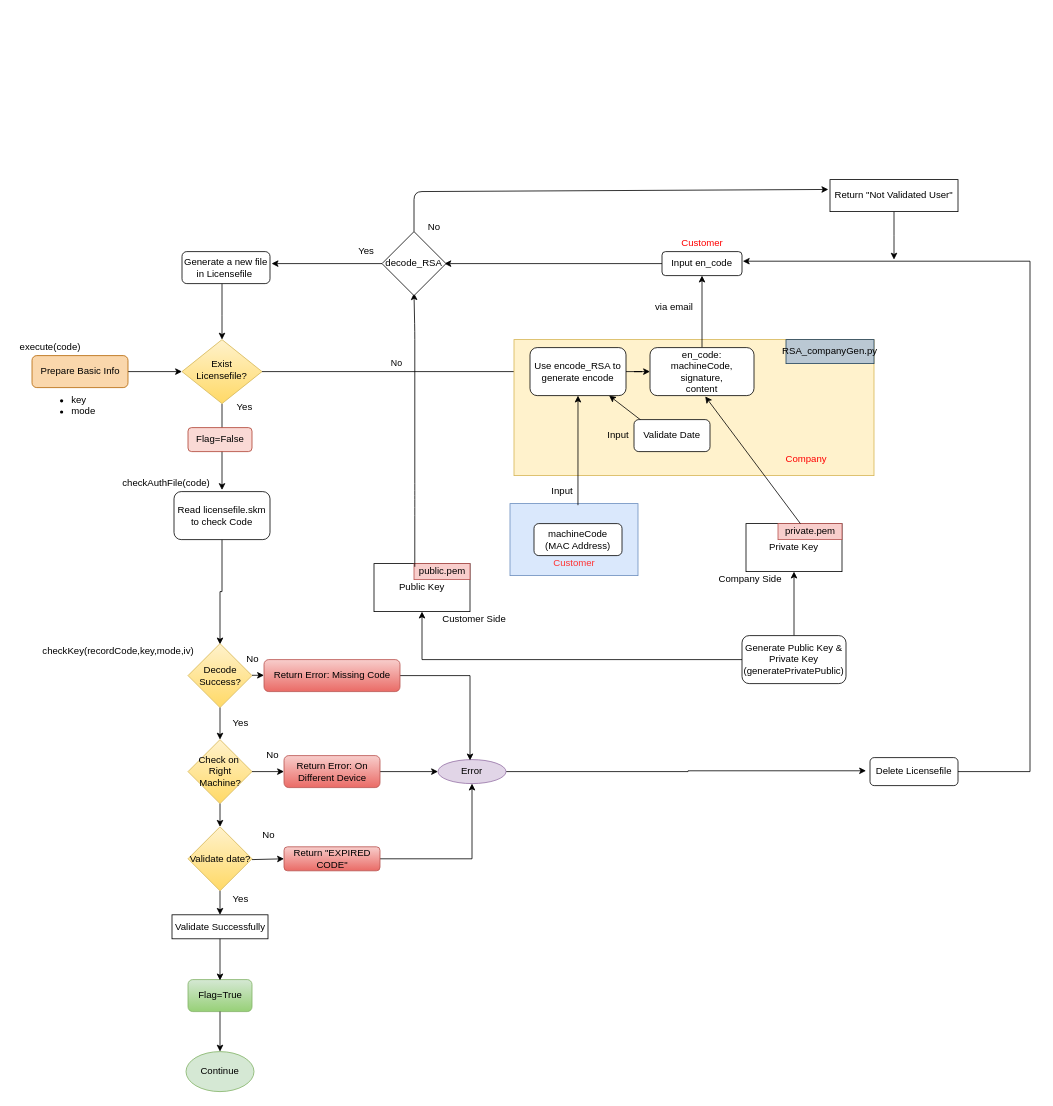
Before: Untitled Diagram.drawio in xuunnis123/RegisterCode, a draw.io diagram. Source tidied: cells renumbered, new cells numbered last; positions are measured from the earlier drawing's top-left corner, leaving out a move shared by most shapes. Both pictures are drawn from the tidied source at 80%, with x=0, y=0 at pixel (14, 179).
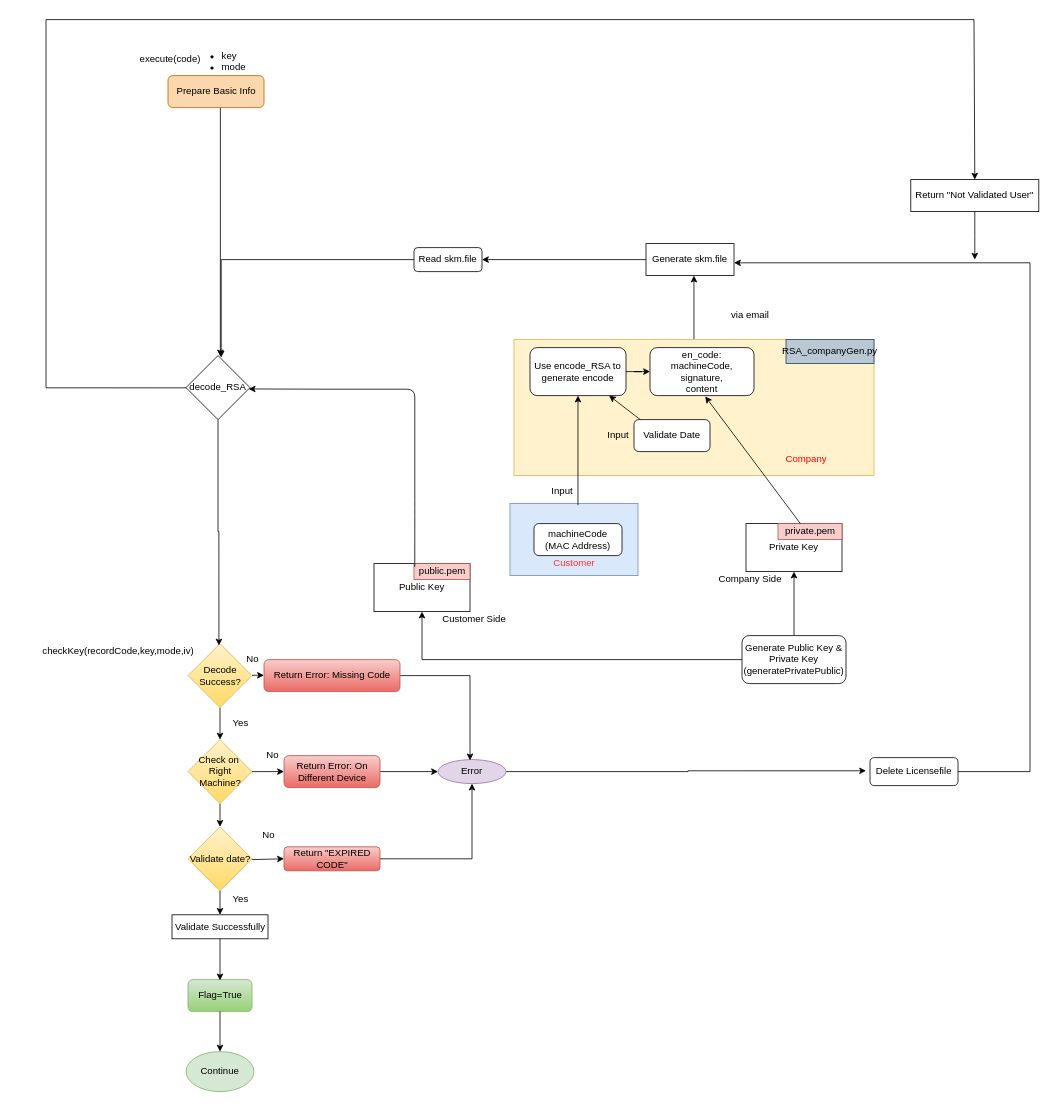
The same diagram, later.

Unchanged cells that the change refers to:
```xml
<mxCell id="15" value="Decode&lt;br&gt;Success?" style="rhombus;whiteSpace=wrap;html=1;gradientColor=#ffd966;fillColor=#fff2cc;strokeColor=#d6b656;" parent="1" vertex="1">
  <mxGeometry x="217.5" y="580" width="80" height="80" as="geometry" />
</mxCell>
<mxCell id="46" value="Delete Licensefile" style="rounded=1;whiteSpace=wrap;html=1;fontColor=#000000;" parent="1" vertex="1">
  <mxGeometry x="1070" y="722.5" width="110" height="35" as="geometry" />
</mxCell>
<mxCell id="52" style="whiteSpace=wrap;html=1;fillColor=#fff2cc;strokeColor=#d6b656;" parent="1" vertex="1">
  <mxGeometry x="625" y="200" width="450" height="170" as="geometry" />
</mxCell>
<mxCell id="55" value="en_code:&lt;br&gt;machineCode,&lt;br&gt;signature,&lt;br&gt;content" style="whiteSpace=wrap;html=1;rounded=1;shadow=0;strokeWidth=1;glass=0;" parent="1" vertex="1">
  <mxGeometry x="795" y="210" width="130" height="60" as="geometry" />
</mxCell>
<mxCell id="56" value="Use encode_RSA to generate encode" style="rounded=1;whiteSpace=wrap;html=1;" parent="1" vertex="1">
  <mxGeometry x="645" y="210" width="120" height="60" as="geometry" />
</mxCell>
<mxCell id="72" value="public.pem" style="text;html=1;align=center;verticalAlign=middle;points=[];strokeColor=#b85450;fillColor=#f8cecc;" parent="1" vertex="1">
  <mxGeometry x="500" y="480" width="70" height="20" as="geometry" />
</mxCell>
```

Diff of the diagram source:
```diff
@@
-    <mxCell id="2" style="edgeStyle=orthogonalEdgeStyle;rounded=0;jettySize=auto;html=1;fontColor=#000000;entryX=0.5;entryY=-0.033;entryDx=0;entryDy=0;entryPerimeter=0;" parent="1" edge="1" source="3" target="11">
-      <mxGeometry relative="1" as="geometry" />
-    </mxCell>
-    <mxCell id="3" value="Exist Licensefile?" style="rhombus;whiteSpace=wrap;html=1;shadow=0;fontFamily=Helvetica;fontSize=12;align=center;strokeWidth=1;spacing=6;spacingTop=-4;gradientColor=#ffd966;fillColor=#fff2cc;strokeColor=#d6b656;" parent="1" vertex="1">
-      <mxGeometry x="210" y="200" width="100" height="80" as="geometry" />
-    </mxCell>
-    <mxCell id="4" style="edgeStyle=orthogonalEdgeStyle;rounded=0;jettySize=auto;html=1;fontColor=#000000;" parent="1" edge="1" source="5" target="3">
-      <mxGeometry relative="1" as="geometry" />
+    <mxCell id="4" style="edgeStyle=orthogonalEdgeStyle;rounded=0;jettySize=auto;html=1;fontColor=#000000;entryX=0.537;entryY=0.013;entryDx=0;entryDy=0;entryPerimeter=0;" parent="1" edge="1" source="5" target="77">
+      <mxGeometry relative="1" as="geometry">
+        <Array as="points">
+          <mxPoint x="258" y="-110" />
+        </Array>
+      </mxGeometry>
     </mxCell>
     <mxCell id="5" value="Prepare Basic Info" style="rounded=1;whiteSpace=wrap;html=1;fillColor=#fad7ac;strokeColor=#b46504;" parent="1" vertex="1">
-      <mxGeometry x="22.5" y="220" width="120" height="40" as="geometry" />
+      <mxGeometry x="192.5" y="-130" width="120" height="40" as="geometry" />
     </mxCell>
-    <mxCell id="6" style="edgeStyle=orthogonalEdgeStyle;rounded=0;jettySize=auto;html=1;" parent="1" edge="1" source="12" target="3">
-      <mxGeometry relative="1" as="geometry">
-        <Array as="points">
-          <mxPoint x="260" y="170" />
-        </Array>
-      </mxGeometry>
-    </mxCell>
     <mxCell id="7" value="&lt;div&gt;&lt;br&gt;&lt;/div&gt;&lt;ul&gt;&lt;li&gt;key&lt;/li&gt;&lt;li&gt;mode&lt;/li&gt;&lt;/ul&gt;" style="text;strokeColor=none;fillColor=none;html=1;whiteSpace=wrap;verticalAlign=middle;overflow=hidden;" parent="1" vertex="1">
-      <mxGeometry x="30" y="240" width="102.5" height="70" as="geometry" />
+      <mxGeometry x="217.5" y="-190" width="102.5" height="70" as="geometry" />
     </mxCell>
@@
-    <mxCell id="9" value="checkAuthFile(code)" style="text;html=1;align=center;verticalAlign=middle;" parent="1" vertex="1">
-      <mxGeometry x="130" y="370" width="120" height="20" as="geometry" />
-    </mxCell>
-    <mxCell id="10" style="edgeStyle=orthogonalEdgeStyle;rounded=0;jettySize=auto;html=1;fontColor=#000000;entryX=0.5;entryY=0.013;entryDx=0;entryDy=0;entryPerimeter=0;" parent="1" edge="1" source="11" target="15">
-      <mxGeometry relative="1" as="geometry" />
-    </mxCell>
-    <mxCell id="11" value="Read licensefile.skm to check Code" style="rounded=1;whiteSpace=wrap;html=1;" parent="1" vertex="1">
-      <mxGeometry x="200" y="390" width="120" height="60" as="geometry" />
-    </mxCell>
-    <mxCell id="12" value="Generate a new file in Licensefile&amp;nbsp;" style="rounded=1;whiteSpace=wrap;html=1;" parent="1" vertex="1">
-      <mxGeometry x="210" y="90" width="110" height="40" as="geometry" />
-    </mxCell>
-    <mxCell id="13" value="Flag=False" style="rounded=1;whiteSpace=wrap;html=1;fillColor=#fad9d5;strokeColor=#ae4132;" parent="1" vertex="1">
-      <mxGeometry x="217.5" y="310" width="80" height="30" as="geometry" />
-    </mxCell>
-    <mxCell id="14" value="Yes" style="text;html=1;align=center;verticalAlign=middle;fontColor=#000000;" parent="1" vertex="1">
-      <mxGeometry x="267.5" y="275" width="40" height="20" as="geometry" />
-    </mxCell>
@@
-    <mxCell id="43" value="No" style="edgeStyle=orthogonalEdgeStyle;rounded=0;html=1;jettySize=auto;fontSize=11;endArrow=block;endFill=0;endSize=8;strokeWidth=1;shadow=0;labelBackgroundColor=none;entryX=0;entryY=0.5;entryDx=0;entryDy=0;" parent="1" edge="1" source="3" target="56">
-      <mxGeometry y="10" relative="1" as="geometry" />
-    </mxCell>
     <mxCell id="44" value="execute(code)" style="text;html=1;align=center;verticalAlign=middle;fontColor=#000000;" parent="1" vertex="1">
-      <mxGeometry y="200" width="90" height="20" as="geometry" />
+      <mxGeometry x="150" y="-160" width="90" height="20" as="geometry" />
     </mxCell>
-    <mxCell id="45" style="edgeStyle=orthogonalEdgeStyle;rounded=0;jettySize=auto;html=1;fontColor=#000000;entryX=1.01;entryY=0.4;entryDx=0;entryDy=0;entryPerimeter=0;" parent="1" edge="1" source="46" target="51">
+    <mxCell id="45" style="edgeStyle=orthogonalEdgeStyle;rounded=0;jettySize=auto;html=1;fontColor=#000000;" parent="1" edge="1" source="46" target="91">
       <mxGeometry relative="1" as="geometry">
         <Array as="points">
           <mxPoint x="1270" y="740" />
-          <mxPoint x="1270" y="102" />
+          <mxPoint x="1270" y="104" />
         </Array>
       </mxGeometry>
     </mxCell>
@@
-    <mxCell id="50" style="edgeStyle=orthogonalEdgeStyle;rounded=0;jettySize=auto;html=1;entryX=0.975;entryY=0.5;entryDx=0;entryDy=0;entryPerimeter=0;" parent="1" edge="1" source="51" target="77">
-      <mxGeometry relative="1" as="geometry" />
-    </mxCell>
-    <mxCell id="51" value="Input en_code" style="rounded=1;whiteSpace=wrap;html=1;fontColor=#000000;" parent="1" vertex="1">
-      <mxGeometry x="810" y="90" width="100" height="30" as="geometry" />
-    </mxCell>
+    <mxCell id="85" style="edgeStyle=orthogonalEdgeStyle;rounded=0;jettySize=auto;html=1;entryX=0.545;entryY=1;entryDx=0;entryDy=0;entryPerimeter=0;" parent="1" edge="1" source="52" target="91">
+      <mxGeometry relative="1" as="geometry" />
+    </mxCell>
@@
-    <mxCell id="54" style="edgeStyle=orthogonalEdgeStyle;rounded=0;jettySize=auto;html=1;fontColor=#000000;" parent="1" edge="1" source="55" target="51">
-      <mxGeometry x="580" y="-70" as="geometry" />
-    </mxCell>
@@
-    <mxCell id="64" value="&lt;font color=&quot;#ff0000&quot;&gt;Customer&lt;/font&gt;" style="text;html=1;align=center;verticalAlign=middle;fontColor=#000000;" parent="1" vertex="1">
-      <mxGeometry x="825" y="70" width="70" height="20" as="geometry" />
-    </mxCell>
     <mxCell id="65" value="via email" style="text;html=1;align=center;verticalAlign=middle;fontColor=#000000;" parent="1" vertex="1">
-      <mxGeometry x="795" y="150" width="60" height="20" as="geometry" />
+      <mxGeometry x="890" y="160" width="60" height="20" as="geometry" />
     </mxCell>
@@
-    <mxCell id="75" style="endArrow=classic;html=1;exitX=0.014;exitY=0.2;exitDx=0;exitDy=0;exitPerimeter=0;" parent="1" edge="1" source="72">
+    <mxCell id="75" style="endArrow=classic;html=1;exitX=0.014;exitY=0.2;exitDx=0;exitDy=0;exitPerimeter=0;entryX=0.979;entryY=0.521;entryDx=0;entryDy=0;entryPerimeter=0;" parent="1" edge="1" source="72" target="77">
       <mxGeometry relative="1" as="geometry">
-        <mxPoint x="500" y="142" as="targetPoint" />
         <Array as="points">
           <mxPoint x="501" y="410" />
-          <mxPoint x="501" y="390" />
-          <mxPoint x="501" y="190" />
+          <mxPoint x="501" y="262" />
+          <mxPoint x="390" y="262" />
         </Array>
       </mxGeometry>
     </mxCell>
-    <mxCell id="76" style="edgeStyle=orthogonalEdgeStyle;rounded=0;jettySize=auto;html=1;entryX=1.018;entryY=0.375;entryDx=0;entryDy=0;entryPerimeter=0;" parent="1" edge="1" source="77" target="12">
-      <mxGeometry relative="1" as="geometry" />
-    </mxCell>
+    <mxCell id="86" style="edgeStyle=orthogonalEdgeStyle;rounded=0;jettySize=auto;html=1;entryX=0.483;entryY=0.03;entryDx=0;entryDy=0;entryPerimeter=0;" parent="1" edge="1" source="77" target="15">
+      <mxGeometry relative="1" as="geometry" />
+    </mxCell>
+    <mxCell id="87" style="edgeStyle=orthogonalEdgeStyle;rounded=0;jettySize=auto;html=1;entryX=0.5;entryY=0;entryDx=0;entryDy=0;entryPerimeter=0;exitX=0.05;exitY=0.504;exitDx=0;exitDy=0;exitPerimeter=0;" parent="1" edge="1" source="77" target="82">
+      <mxGeometry relative="1" as="geometry">
+        <Array as="points">
+          <mxPoint x="40" y="260" />
+          <mxPoint x="40" y="-200" />
+          <mxPoint x="1200" y="-200" />
+          <mxPoint x="1200" />
+        </Array>
+      </mxGeometry>
+    </mxCell>
     <mxCell id="77" value="decode_RSA" style="rhombus;whiteSpace=wrap;html=1;" parent="1" vertex="1">
-      <mxGeometry x="460" y="65" width="80" height="80" as="geometry" />
+      <mxGeometry x="215" y="220" width="80" height="80" as="geometry" />
     </mxCell>
-    <mxCell id="78" value="Yes" style="text;html=1;align=center;verticalAlign=middle;strokeColor=none;" parent="1" vertex="1">
-      <mxGeometry x="420" y="80" width="40" height="20" as="geometry" />
-    </mxCell>
-    <mxCell id="79" style="endArrow=classic;html=1;entryX=-0.013;entryY=0.308;entryDx=0;entryDy=0;entryPerimeter=0;" parent="1" edge="1" target="82">
-      <mxGeometry relative="1" as="geometry">
-        <mxPoint x="500" y="65" as="sourcePoint" />
-        <Array as="points">
-          <mxPoint x="500" y="15" />
-        </Array>
-      </mxGeometry>
-    </mxCell>
-    <mxCell id="80" value="No" style="text;html=1;align=center;verticalAlign=middle;strokeColor=none;" parent="1" vertex="1">
-      <mxGeometry x="510" y="50" width="30" height="20" as="geometry" />
-    </mxCell>
     <mxCell id="81" style="edgeStyle=orthogonalEdgeStyle;rounded=0;jettySize=auto;html=1;" parent="1" edge="1" source="82">
       <mxGeometry relative="1" as="geometry">
-        <mxPoint x="1100" y="100" as="targetPoint" />
+        <mxPoint x="1201" y="100" as="targetPoint" />
       </mxGeometry>
     </mxCell>
     <mxCell id="82" value="Return &quot;Not Validated User&quot;" style="rounded=0;whiteSpace=wrap;html=1;" parent="1" vertex="1">
-      <mxGeometry x="1020" width="160" height="40" as="geometry" />
+      <mxGeometry x="1121" width="160" height="40" as="geometry" />
     </mxCell>
@@
+    <mxCell id="88" style="edgeStyle=orthogonalEdgeStyle;rounded=0;jettySize=auto;html=1;entryX=0.55;entryY=0.03;entryDx=0;entryDy=0;entryPerimeter=0;" parent="1" edge="1" source="89" target="77">
+      <mxGeometry relative="1" as="geometry" />
+    </mxCell>
+    <mxCell id="89" value="Read skm.file" style="rounded=1;whiteSpace=wrap;html=1;" parent="1" vertex="1">
+      <mxGeometry x="500" y="85" width="85" height="30" as="geometry" />
+    </mxCell>
+    <mxCell id="90" style="edgeStyle=orthogonalEdgeStyle;rounded=0;jettySize=auto;html=1;" parent="1" edge="1" source="91" target="89">
+      <mxGeometry relative="1" as="geometry" />
+    </mxCell>
+    <mxCell id="91" value="Generate skm.file" style="rounded=0;whiteSpace=wrap;html=1;" parent="1" vertex="1">
+      <mxGeometry x="790" y="80" width="110" height="40" as="geometry" />
+    </mxCell>
```
